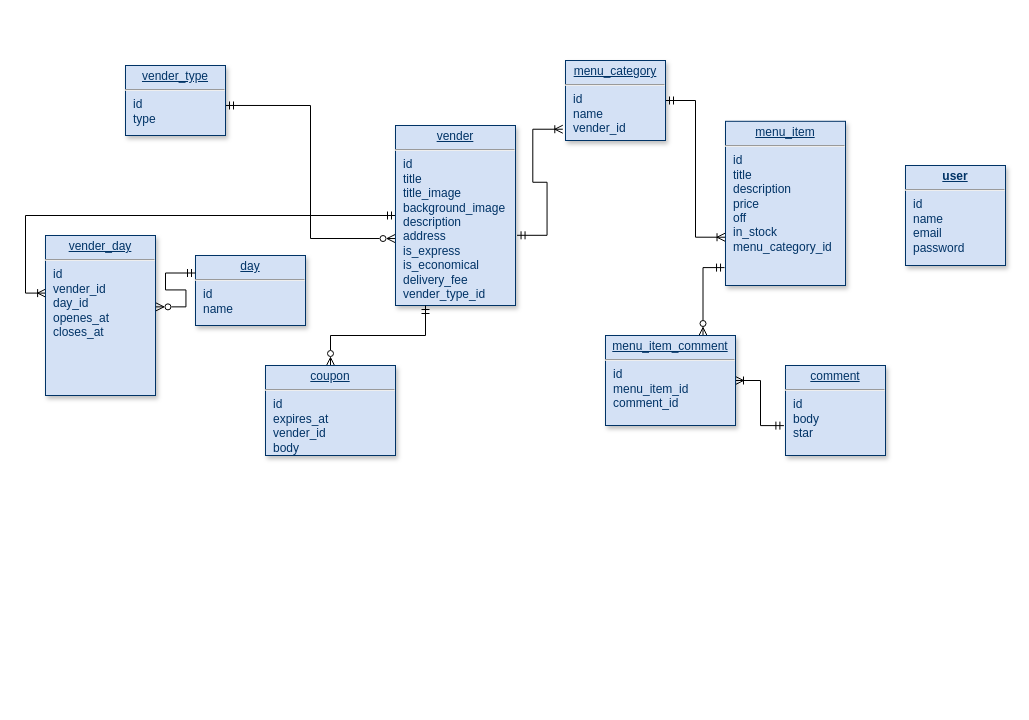
Before: db_design.drawio in amirKouchaki/snappfood-clone, a draw.io diagram. Source tidied: cells renumbered, new cells numbered last; positions are measured from the earlier drawing's top-left corner, leaving out a move shared by most shapes. Both pictures are drawn from the tidied source at 100%, with x=0, y=0 at pixel (45, 25).
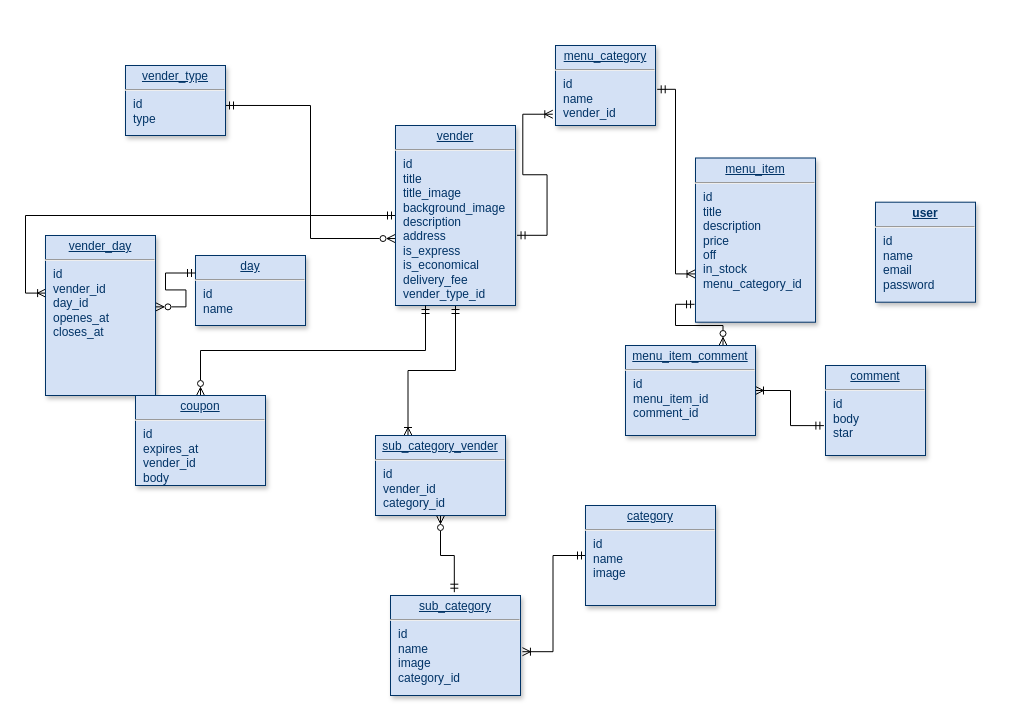
The same diagram, later.

The change refers to these unchanged cells:
```xml
<mxCell id="4" value="&lt;p style=&quot;margin: 0px; margin-top: 4px; text-align: center; text-decoration: underline;&quot;&gt;vender&lt;/p&gt;&lt;hr&gt;&lt;p style=&quot;margin: 0px; margin-left: 8px;&quot;&gt;id&lt;br&gt;&lt;/p&gt;&lt;p style=&quot;margin: 0px; margin-left: 8px;&quot;&gt;title&lt;/p&gt;&lt;p style=&quot;margin: 0px; margin-left: 8px;&quot;&gt;title_image&lt;/p&gt;&lt;p style=&quot;margin: 0px; margin-left: 8px;&quot;&gt;background_image&lt;/p&gt;&lt;p style=&quot;margin: 0px; margin-left: 8px;&quot;&gt;description&lt;/p&gt;&lt;p style=&quot;margin: 0px; margin-left: 8px;&quot;&gt;address&lt;/p&gt;&lt;p style=&quot;margin: 0px; margin-left: 8px;&quot;&gt;&lt;span style=&quot;background-color: initial;&quot;&gt;is_express&lt;/span&gt;&lt;br&gt;&lt;/p&gt;&lt;p style=&quot;margin: 0px; margin-left: 8px;&quot;&gt;&lt;span style=&quot;background-color: initial;&quot;&gt;is_economical&lt;/span&gt;&lt;/p&gt;&lt;p style=&quot;margin: 0px; margin-left: 8px;&quot;&gt;delivery_fee&lt;/p&gt;&lt;p style=&quot;margin: 0px 0px 0px 8px;&quot;&gt;vender_type_id&lt;/p&gt;&lt;p style=&quot;margin: 0px 0px 0px 8px;&quot;&gt;&lt;br&gt;&lt;/p&gt;&lt;div&gt;&lt;br&gt;&lt;/div&gt;" style="verticalAlign=top;align=left;overflow=fill;fontSize=12;fontFamily=Helvetica;html=1;strokeColor=#003366;shadow=1;fillColor=#D4E1F5;fontColor=#003366;" parent="1" vertex="1">
  <mxGeometry x="350" y="100" width="120" height="180" as="geometry" />
</mxCell>
```

Change to the diagram source:
```diff
@@
+    <mxCell id="22" style="edgeStyle=orthogonalEdgeStyle;rounded=0;jettySize=auto;html=1;exitX=0.5;exitY=1;exitDx=0;exitDy=0;entryX=0.25;entryY=0;entryDx=0;entryDy=0;startArrow=ERmandOne;startFill=0;endArrow=ERoneToMany;endFill=0;" parent="1" edge="1" source="4" target="25">
+      <mxGeometry relative="1" as="geometry" />
+    </mxCell>
@@
     <mxCell id="5" value="&lt;p style=&quot;margin: 0px; margin-top: 4px; text-align: center; text-decoration: underline;&quot;&gt;&lt;b&gt;user&lt;/b&gt;&lt;/p&gt;&lt;hr&gt;&lt;p style=&quot;margin: 0px; margin-left: 8px;&quot;&gt;id&lt;/p&gt;&lt;p style=&quot;margin: 0px; margin-left: 8px;&quot;&gt;name&lt;/p&gt;&lt;p style=&quot;margin: 0px; margin-left: 8px;&quot;&gt;email&lt;/p&gt;&lt;p style=&quot;margin: 0px; margin-left: 8px;&quot;&gt;password&lt;/p&gt;" style="verticalAlign=top;align=left;overflow=fill;fontSize=12;fontFamily=Helvetica;html=1;strokeColor=#003366;shadow=1;fillColor=#D4E1F5;fontColor=#003366;" parent="1" vertex="1">
-      <mxGeometry x="860" y="140" width="100" height="100" as="geometry" />
+      <mxGeometry x="830" y="176.7" width="100" height="100" as="geometry" />
     </mxCell>
@@
     <mxCell id="10" value="&lt;p style=&quot;margin: 0px; margin-top: 4px; text-align: center; text-decoration: underline;&quot;&gt;comment&lt;/p&gt;&lt;hr&gt;&lt;p style=&quot;margin: 0px; margin-left: 8px;&quot;&gt;id&lt;/p&gt;&lt;p style=&quot;margin: 0px; margin-left: 8px;&quot;&gt;body&lt;/p&gt;&lt;p style=&quot;margin: 0px; margin-left: 8px;&quot;&gt;star&lt;/p&gt;" style="verticalAlign=top;align=left;overflow=fill;fontSize=12;fontFamily=Helvetica;html=1;strokeColor=#003366;shadow=1;fillColor=#D4E1F5;fontColor=#003366;" parent="1" vertex="1">
-      <mxGeometry x="740" y="340" width="100" height="90" as="geometry" />
+      <mxGeometry x="780" y="340" width="100" height="90" as="geometry" />
     </mxCell>
     <mxCell id="11" value="&lt;p style=&quot;margin: 0px; margin-top: 4px; text-align: center; text-decoration: underline;&quot;&gt;menu_item&lt;/p&gt;&lt;hr&gt;&lt;p style=&quot;margin: 0px; margin-left: 8px;&quot;&gt;id&lt;br&gt;&lt;/p&gt;&lt;p style=&quot;margin: 0px; margin-left: 8px;&quot;&gt;title&lt;/p&gt;&lt;p style=&quot;margin: 0px; margin-left: 8px;&quot;&gt;description&lt;/p&gt;&lt;p style=&quot;margin: 0px; margin-left: 8px;&quot;&gt;price&lt;/p&gt;&lt;p style=&quot;margin: 0px; margin-left: 8px;&quot;&gt;off&lt;/p&gt;&lt;p style=&quot;margin: 0px; margin-left: 8px;&quot;&gt;in_stock&lt;/p&gt;&lt;p style=&quot;margin: 0px; margin-left: 8px;&quot;&gt;&lt;span style=&quot;background-color: initial;&quot;&gt;menu_category_id&lt;/span&gt;&lt;/p&gt;" style="verticalAlign=top;align=left;overflow=fill;fontSize=12;fontFamily=Helvetica;html=1;strokeColor=#003366;shadow=1;fillColor=#D4E1F5;fontColor=#003366;" parent="1" vertex="1">
-      <mxGeometry x="680" y="95.8" width="120" height="164.2" as="geometry" />
+      <mxGeometry x="650" y="132.5" width="120" height="164.2" as="geometry" />
     </mxCell>
@@
-    <mxCell id="14" style="edgeStyle=orthogonalEdgeStyle;rounded=0;jettySize=auto;html=1;entryX=-0.004;entryY=0.706;entryDx=0;entryDy=0;entryPerimeter=0;fontFamily=Helvetica;fontSize=12;fontColor=#003366;startArrow=ERmandOne;startFill=0;endArrow=ERoneToMany;endFill=0;" parent="1" edge="1" source="15" target="11">
-      <mxGeometry relative="1" as="geometry" />
+    <mxCell id="14" style="edgeStyle=orthogonalEdgeStyle;rounded=0;jettySize=auto;html=1;entryX=-0.004;entryY=0.706;entryDx=0;entryDy=0;entryPerimeter=0;fontFamily=Helvetica;fontSize=12;fontColor=#003366;startArrow=ERmandOne;startFill=0;endArrow=ERoneToMany;endFill=0;exitX=1.017;exitY=0.548;exitDx=0;exitDy=0;exitPerimeter=0;" parent="1" edge="1" source="15" target="11">
+      <mxGeometry relative="1" as="geometry">
+        <Array as="points">
+          <mxPoint x="630" y="64" />
+          <mxPoint x="630" y="248" />
+        </Array>
+      </mxGeometry>
     </mxCell>
     <mxCell id="15" value="&lt;p style=&quot;margin: 0px; margin-top: 4px; text-align: center; text-decoration: underline;&quot;&gt;menu_category&lt;/p&gt;&lt;hr&gt;&lt;p style=&quot;margin: 0px; margin-left: 8px;&quot;&gt;id&lt;br&gt;&lt;/p&gt;&lt;p style=&quot;margin: 0px; margin-left: 8px;&quot;&gt;&lt;span style=&quot;background-color: initial;&quot;&gt;name&lt;/span&gt;&lt;/p&gt;&lt;p style=&quot;margin: 0px; margin-left: 8px;&quot;&gt;&lt;span style=&quot;background-color: initial;&quot;&gt;vender_id&lt;/span&gt;&lt;/p&gt;" style="verticalAlign=top;align=left;overflow=fill;fontSize=12;fontFamily=Helvetica;html=1;strokeColor=#003366;shadow=1;fillColor=#D4E1F5;fontColor=#003366;" parent="1" vertex="1">
-      <mxGeometry x="520" y="35" width="100" height="80" as="geometry" />
+      <mxGeometry x="510" y="20" width="100" height="80" as="geometry" />
     </mxCell>
@@
     <mxCell id="19" value="&lt;p style=&quot;margin: 0px; margin-top: 4px; text-align: center; text-decoration: underline;&quot;&gt;menu_item_comment&lt;/p&gt;&lt;hr&gt;&lt;p style=&quot;margin: 0px; margin-left: 8px;&quot;&gt;id&lt;/p&gt;&lt;p style=&quot;margin: 0px; margin-left: 8px;&quot;&gt;menu_item_id&lt;/p&gt;&lt;p style=&quot;margin: 0px; margin-left: 8px;&quot;&gt;comment_id&lt;/p&gt;" style="verticalAlign=top;align=left;overflow=fill;fontSize=12;fontFamily=Helvetica;html=1;strokeColor=#003366;shadow=1;fillColor=#D4E1F5;fontColor=#003366;" parent="1" vertex="1">
-      <mxGeometry x="560" y="310" width="130" height="90" as="geometry" />
+      <mxGeometry x="580" y="320" width="130" height="90" as="geometry" />
     </mxCell>
@@
     <mxCell id="21" value="&lt;p style=&quot;margin: 0px; margin-top: 4px; text-align: center; text-decoration: underline;&quot;&gt;coupon&lt;/p&gt;&lt;hr&gt;&lt;p style=&quot;margin: 0px; margin-left: 8px;&quot;&gt;id&lt;/p&gt;&lt;p style=&quot;margin: 0px; margin-left: 8px;&quot;&gt;expires_at&lt;/p&gt;&lt;p style=&quot;margin: 0px; margin-left: 8px;&quot;&gt;vender_id&lt;/p&gt;&lt;p style=&quot;margin: 0px; margin-left: 8px;&quot;&gt;body&lt;/p&gt;" style="verticalAlign=top;align=left;overflow=fill;fontSize=12;fontFamily=Helvetica;html=1;strokeColor=#003366;shadow=1;fillColor=#D4E1F5;fontColor=#003366;" parent="1" vertex="1">
-      <mxGeometry x="220" y="340" width="130" height="90" as="geometry" />
+      <mxGeometry x="90" y="370" width="130" height="90" as="geometry" />
     </mxCell>
+    <mxCell id="23" value="&lt;p style=&quot;margin: 0px; margin-top: 4px; text-align: center; text-decoration: underline;&quot;&gt;sub_category&lt;/p&gt;&lt;hr&gt;&lt;p style=&quot;margin: 0px; margin-left: 8px;&quot;&gt;id&lt;/p&gt;&lt;p style=&quot;margin: 0px; margin-left: 8px;&quot;&gt;name&lt;/p&gt;&lt;p style=&quot;margin: 0px; margin-left: 8px;&quot;&gt;image&lt;/p&gt;&lt;p style=&quot;margin: 0px; margin-left: 8px;&quot;&gt;category_id&lt;/p&gt;" style="verticalAlign=top;align=left;overflow=fill;fontSize=12;fontFamily=Helvetica;html=1;strokeColor=#003366;shadow=1;fillColor=#D4E1F5;fontColor=#003366;" parent="1" vertex="1">
+      <mxGeometry x="345" y="570" width="130" height="100" as="geometry" />
+    </mxCell>
+    <mxCell id="24" style="edgeStyle=orthogonalEdgeStyle;rounded=0;jettySize=auto;html=1;entryX=0.491;entryY=-0.033;entryDx=0;entryDy=0;entryPerimeter=0;startArrow=ERzeroToMany;startFill=0;endArrow=ERmandOne;endFill=0;" parent="1" edge="1" source="25" target="23">
+      <mxGeometry relative="1" as="geometry" />
+    </mxCell>
+    <mxCell id="25" value="&lt;p style=&quot;margin: 0px; margin-top: 4px; text-align: center; text-decoration: underline;&quot;&gt;sub_category_vender&lt;/p&gt;&lt;hr&gt;&lt;p style=&quot;margin: 0px; margin-left: 8px;&quot;&gt;id&lt;/p&gt;&lt;p style=&quot;margin: 0px; margin-left: 8px;&quot;&gt;vender_id&lt;/p&gt;&lt;p style=&quot;margin: 0px; margin-left: 8px;&quot;&gt;category_id&lt;/p&gt;&lt;p style=&quot;margin: 0px; margin-left: 8px;&quot;&gt;&lt;br&gt;&lt;/p&gt;" style="verticalAlign=top;align=left;overflow=fill;fontSize=12;fontFamily=Helvetica;html=1;strokeColor=#003366;shadow=1;fillColor=#D4E1F5;fontColor=#003366;" parent="1" vertex="1">
+      <mxGeometry x="330" y="410" width="130" height="80" as="geometry" />
+    </mxCell>
+    <mxCell id="26" style="edgeStyle=orthogonalEdgeStyle;rounded=0;jettySize=auto;html=1;entryX=1.015;entryY=0.562;entryDx=0;entryDy=0;entryPerimeter=0;startArrow=ERmandOne;startFill=0;endArrow=ERoneToMany;endFill=0;" parent="1" edge="1" source="27" target="23">
+      <mxGeometry relative="1" as="geometry" />
+    </mxCell>
+    <mxCell id="27" value="&lt;p style=&quot;margin: 0px; margin-top: 4px; text-align: center; text-decoration: underline;&quot;&gt;category&lt;/p&gt;&lt;hr&gt;&lt;p style=&quot;margin: 0px; margin-left: 8px;&quot;&gt;id&lt;/p&gt;&lt;p style=&quot;margin: 0px; margin-left: 8px;&quot;&gt;name&lt;/p&gt;&lt;p style=&quot;margin: 0px; margin-left: 8px;&quot;&gt;image&lt;/p&gt;" style="verticalAlign=top;align=left;overflow=fill;fontSize=12;fontFamily=Helvetica;html=1;strokeColor=#003366;shadow=1;fillColor=#D4E1F5;fontColor=#003366;" parent="1" vertex="1">
+      <mxGeometry x="540" y="480" width="130" height="100" as="geometry" />
+    </mxCell>
```
